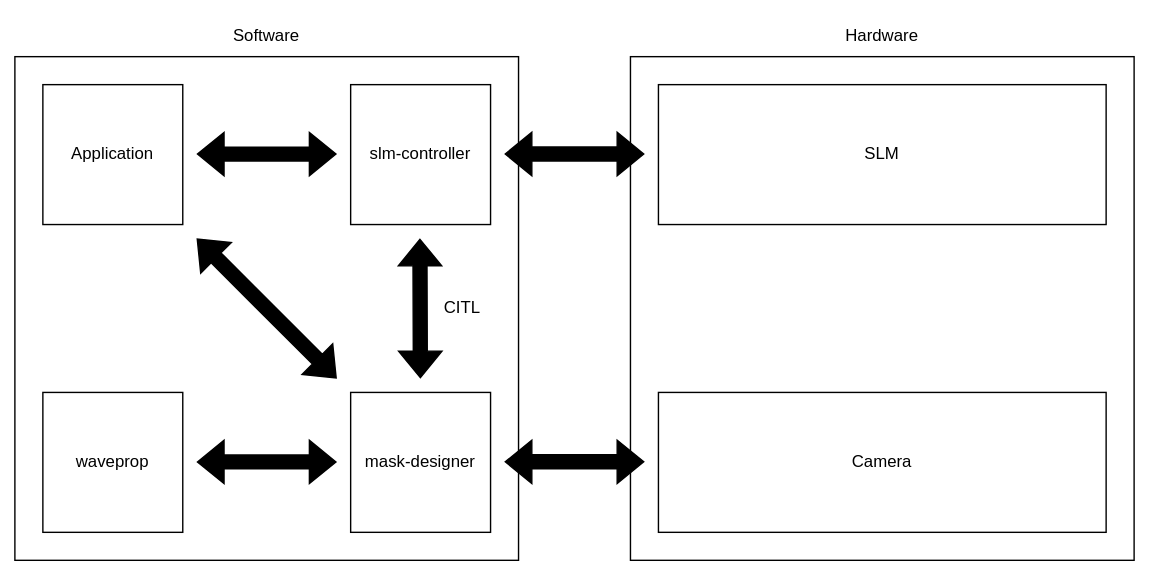
Before: documentation/images/structure.svg, a diagram exported from draw.io (nbaehler/mask-designer). Source tidied: cells renumbered, new cells last; positions are measured from the earlier drawing's top-left corner, leaving out a move shared by most shapes.
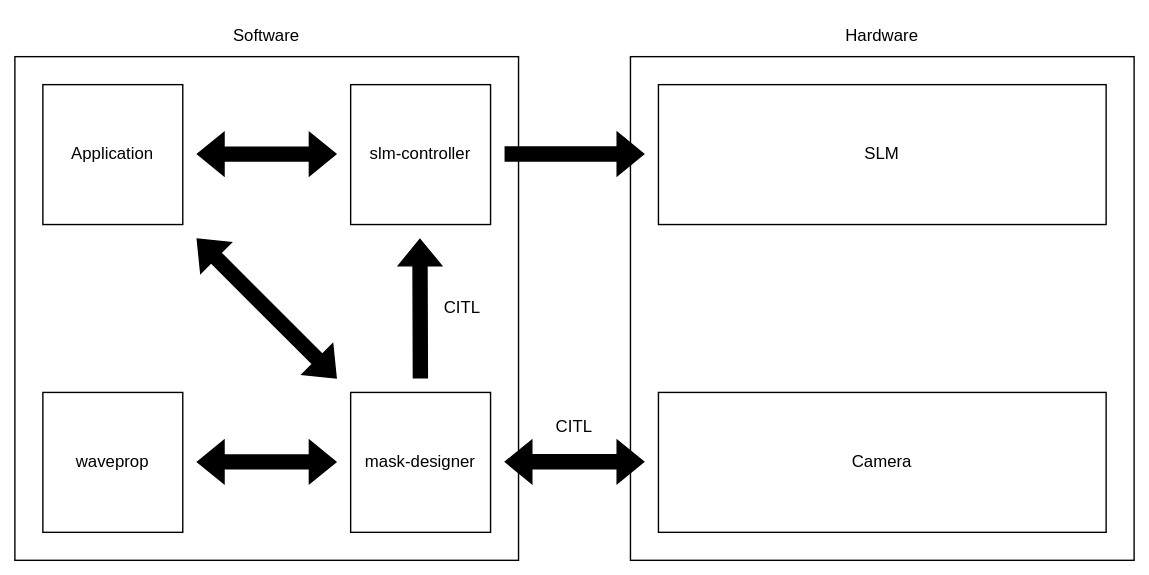
The same diagram one commit later.

Change to the diagram source:
```diff
@@ -5,7 +5,7 @@
     <mxCell id="2" style="rounded=0;whiteSpace=wrap;html=1;fillColor=none;" parent="1" vertex="1">
       <mxGeometry y="30" width="360" height="360" as="geometry" />
     </mxCell>
-    <mxCell id="3" style="shape=flexArrow;endArrow=classic;startArrow=classic;html=1;rounded=0;fillColor=#000000;" parent="1" edge="1">
+    <mxCell id="3" style="shape=flexArrow;endArrow=block;startArrow=none;html=1;rounded=0;fillColor=#000000;endFill=0;startFill=0;" parent="1" edge="1">
       <mxGeometry relative="1" as="geometry">
         <mxPoint x="289.8" y="260" as="sourcePoint" />
         <mxPoint x="289.5" y="160" as="targetPoint" />
@@ -53,7 +53,7 @@
     <mxCell id="14" value="Camera" style="text;html=1;strokeColor=default;fillColor=none;align=center;verticalAlign=middle;whiteSpace=wrap;rounded=0;" parent="1" vertex="1">
       <mxGeometry x="460" y="270" width="320" height="100" as="geometry" />
     </mxCell>
-    <mxCell id="15" style="shape=flexArrow;endArrow=classic;startArrow=classic;html=1;rounded=0;fillColor=#000000;" parent="1" edge="1">
+    <mxCell id="15" style="shape=flexArrow;endArrow=none;startArrow=block;html=1;rounded=0;fillColor=#000000;startFill=0;endFill=0;" parent="1" edge="1">
       <mxGeometry relative="1" as="geometry">
         <mxPoint x="450" y="99.6" as="sourcePoint" />
         <mxPoint x="350" y="99.6" as="targetPoint" />
@@ -71,5 +71,8 @@
     <mxCell id="18" value="Hardware" style="text;html=1;strokeColor=none;fillColor=none;align=center;verticalAlign=middle;whiteSpace=wrap;rounded=0;" parent="1" vertex="1">
       <mxGeometry x="590" width="60" height="30" as="geometry" />
     </mxCell>
+    <mxCell id="19" value="CITL" style="text;html=1;strokeColor=none;fillColor=none;align=center;verticalAlign=middle;whiteSpace=wrap;rounded=0;" parent="1" vertex="1">
+      <mxGeometry x="370" y="280" width="60" height="30" as="geometry" />
+    </mxCell>
   </root>
 </mxGraphModel>
```
